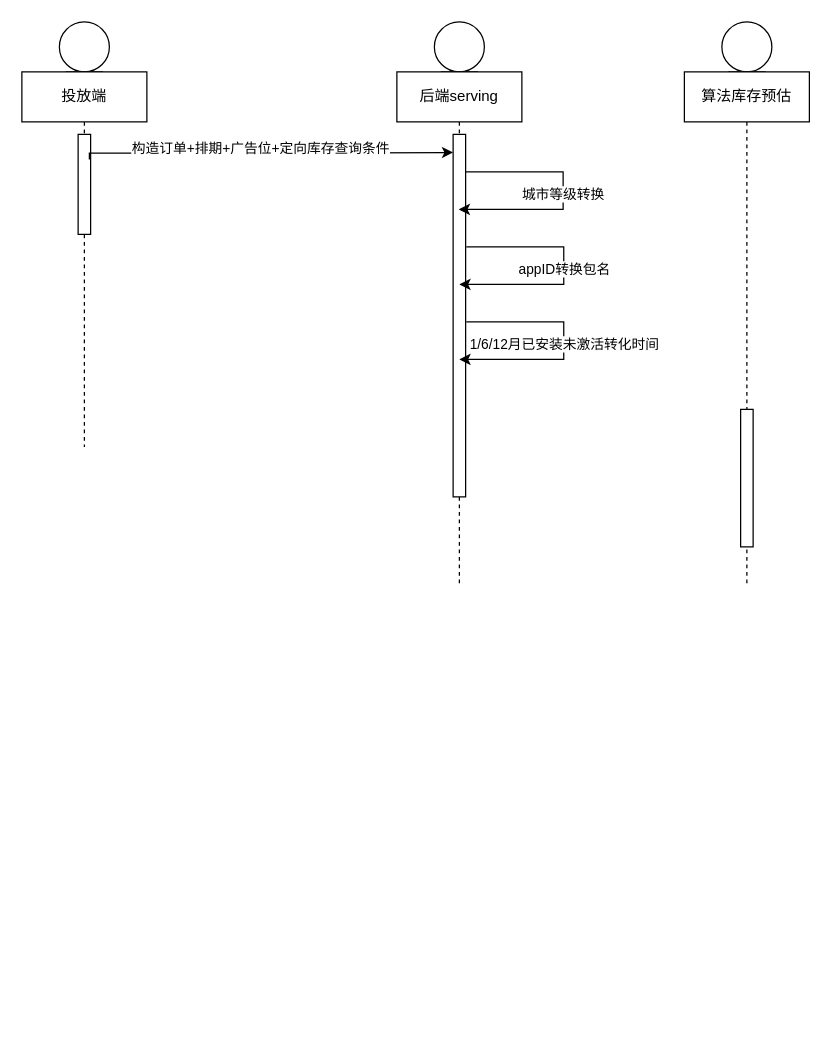
This is brand-drawio/库存预估与锁量.drawio from karlchan-cn/drawio-repository, a draw.io file, before an edit. Source tidied: cells renumbered, new cells numbered last; positions are measured from the earlier drawing's top-left corner, leaving out a move shared by most shapes. Both pictures are drawn from the tidied source at 125%, with x=0, y=0 at pixel (21, 21).
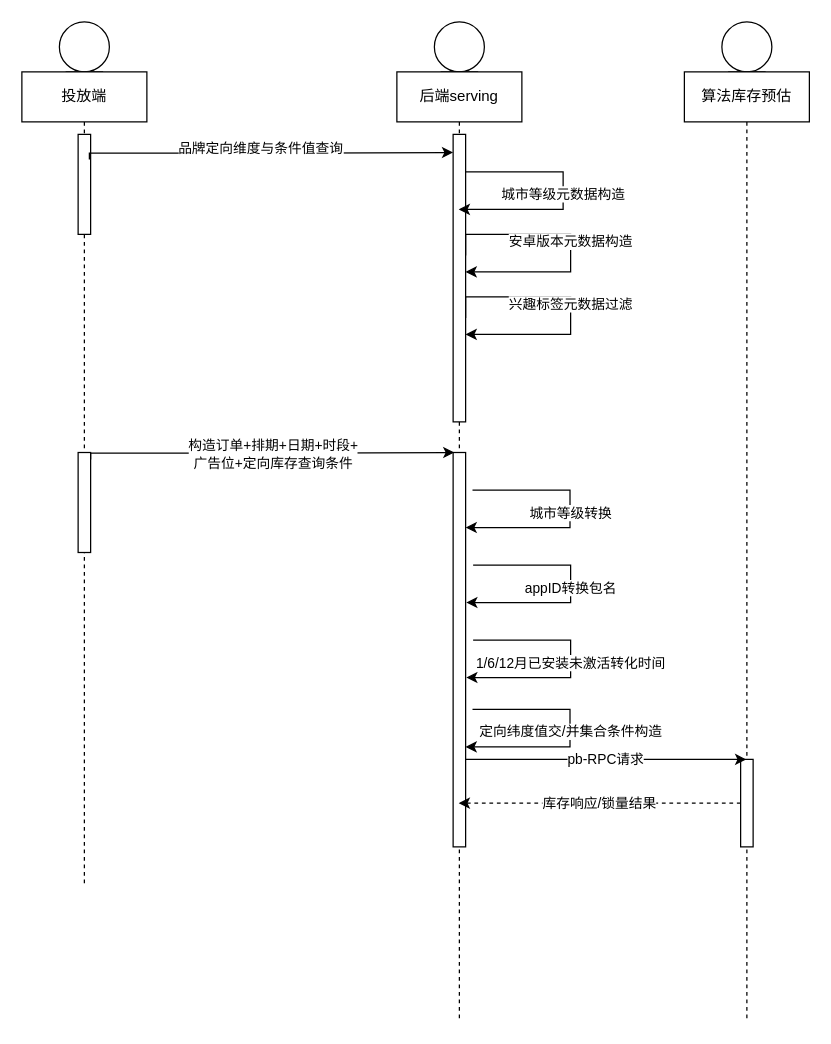
Above is the later version.

Commit message (it also covers changes not shown here):
Update 库存预估与锁量.drawio

Unchanged cells that the change refers to:
```xml
<mxCell id="9" style="edgeStyle=orthogonalEdgeStyle;rounded=0;orthogonalLoop=1;jettySize=auto;html=1;entryX=0.1;entryY=0.05;entryDx=0;entryDy=0;entryPerimeter=0;" parent="1" edge="1">
  <mxGeometry relative="1" as="geometry">
    <mxPoint x="54" y="110" as="sourcePoint" />
    <mxPoint x="345" y="104.5" as="targetPoint" />
    <Array as="points">
      <mxPoint x="54" y="105" />
      <mxPoint x="219" y="105" />
    </Array>
  </mxGeometry>
</mxCell>
```

Change to the diagram source:
```diff
@@
     <mxCell id="3" value="后端serving" style="shape=umlLifeline;perimeter=lifelinePerimeter;whiteSpace=wrap;html=1;outlineConnect=0;" parent="1" vertex="1">
-      <mxGeometry x="300" y="40" width="100" height="410" as="geometry" />
+      <mxGeometry x="300" y="40" width="100" height="760" as="geometry" />
     </mxCell>
     <mxCell id="4" style="html=1;points=[];perimeter=orthogonalPerimeter;" parent="3" vertex="1">
-      <mxGeometry x="45" y="50" width="10" height="290" as="geometry" />
+      <mxGeometry x="45" y="50" width="10" height="230" as="geometry" />
     </mxCell>
-    <mxCell id="5" value="城市等级转换" style="edgeStyle=orthogonalEdgeStyle;rounded=0;jettySize=auto;html=1;" parent="3" edge="1" source="4" target="3">
+    <mxCell id="5" value="城市等级元数据构造" style="edgeStyle=orthogonalEdgeStyle;rounded=0;jettySize=auto;html=1;" parent="3" edge="1" source="4" target="3">
       <mxGeometry relative="1" as="geometry">
         <Array as="points">
           <mxPoint x="133" y="80" />
           <mxPoint x="133" y="110" />
         </Array>
       </mxGeometry>
     </mxCell>
@@
     <mxCell id="7" value="投放端" style="shape=umlLifeline;perimeter=lifelinePerimeter;whiteSpace=wrap;html=1;" parent="1" vertex="1">
-      <mxGeometry y="40" width="100" height="300" as="geometry" />
+      <mxGeometry y="40" width="100" height="650" as="geometry" />
     </mxCell>
@@
-    <mxCell id="10" value="构造订单+排期+广告位+定向库存查询条件" style="edgeLabel;html=1;align=center;verticalAlign=middle;" parent="9" vertex="1">
+    <mxCell id="10" value="品牌定向维度与条件值查询" style="edgeLabel;html=1;align=center;verticalAlign=middle;" parent="9" vertex="1">
       <mxGeometry x="-0.42" y="-1" relative="1" as="geometry">
         <mxPoint x="55" y="-6" as="offset" />
       </mxGeometry>
     </mxCell>
@@
     <mxCell id="12" value="算法库存预估" style="shape=umlLifeline;perimeter=lifelinePerimeter;whiteSpace=wrap;html=1;outlineConnect=0;" parent="1" vertex="1">
-      <mxGeometry x="530" y="40" width="100" height="410" as="geometry" />
+      <mxGeometry x="530" y="40" width="100" height="760" as="geometry" />
     </mxCell>
     <mxCell id="13" style="html=1;points=[];perimeter=orthogonalPerimeter;" parent="12" vertex="1">
-      <mxGeometry x="45" y="270" width="10" height="110" as="geometry" />
+      <mxGeometry x="45" y="550" width="10" height="70" as="geometry" />
     </mxCell>
+    <mxCell id="16" value="pb-RPC请求" style="edgeStyle=orthogonalEdgeStyle;rounded=0;jettySize=auto;html=1;" parent="1" edge="1" source="17" target="12">
+      <mxGeometry relative="1" as="geometry">
+        <Array as="points">
+          <mxPoint x="400" y="590" />
+          <mxPoint x="400" y="590" />
+        </Array>
+      </mxGeometry>
+    </mxCell>
+    <mxCell id="17" style="html=1;points=[];perimeter=orthogonalPerimeter;" parent="1" vertex="1">
+      <mxGeometry x="345" y="344.5" width="10" height="315.5" as="geometry" />
+    </mxCell>
+    <mxCell id="18" value="城市等级转换" style="edgeStyle=orthogonalEdgeStyle;rounded=0;orthogonalLoop=1;jettySize=auto;html=1;" parent="1" edge="1">
+      <mxGeometry relative="1" as="geometry">
+        <mxPoint x="360.5" y="374.5" as="sourcePoint" />
+        <mxPoint x="355" y="404.5" as="targetPoint" />
+        <Array as="points">
+          <mxPoint x="438.5" y="374.5" />
+          <mxPoint x="438.5" y="404.5" />
+        </Array>
+      </mxGeometry>
+    </mxCell>
+    <mxCell id="15" value="1/6/12月已安装未激活转化时间" style="edgeStyle=orthogonalEdgeStyle;rounded=0;orthogonalLoop=1;jettySize=auto;html=1;" parent="1" edge="1">
+      <mxGeometry relative="1" as="geometry">
+        <mxPoint x="361" y="494.5" as="sourcePoint" />
+        <mxPoint x="355.5" y="524.5" as="targetPoint" />
+        <Array as="points">
+          <mxPoint x="439" y="494.5" />
+          <mxPoint x="439" y="524.5" />
+        </Array>
+      </mxGeometry>
+    </mxCell>
     <mxCell id="14" value="appID转换包名" style="edgeStyle=orthogonalEdgeStyle;rounded=0;orthogonalLoop=1;jettySize=auto;html=1;" parent="1" edge="1">
       <mxGeometry relative="1" as="geometry">
-        <mxPoint x="355.5" y="180" as="sourcePoint" />
-        <mxPoint x="350" y="210" as="targetPoint" />
+        <mxPoint x="361" y="434.5" as="sourcePoint" />
+        <mxPoint x="355.5" y="464.5" as="targetPoint" />
         <Array as="points">
-          <mxPoint x="433.5" y="180" />
-          <mxPoint x="433.5" y="210" />
+          <mxPoint x="439" y="434.5" />
+          <mxPoint x="439" y="464.5" />
         </Array>
       </mxGeometry>
     </mxCell>
-    <mxCell id="15" value="1/6/12月已安装未激活转化时间" style="edgeStyle=orthogonalEdgeStyle;rounded=0;orthogonalLoop=1;jettySize=auto;html=1;" parent="1" edge="1">
-      <mxGeometry relative="1" as="geometry">
-        <mxPoint x="355.5" y="240" as="sourcePoint" />
-        <mxPoint x="350" y="270" as="targetPoint" />
-        <Array as="points">
-          <mxPoint x="433.5" y="240" />
-          <mxPoint x="433.5" y="270" />
-        </Array>
-      </mxGeometry>
-    </mxCell>
+    <mxCell id="19" style="html=1;perimeter=orthogonalPerimeter;" parent="1" vertex="1">
+      <mxGeometry x="45" y="344.5" width="10" height="80" as="geometry" />
+    </mxCell>
+    <mxCell id="20" style="edgeStyle=orthogonalEdgeStyle;rounded=0;orthogonalLoop=1;jettySize=auto;html=1;entryX=0.1;entryY=0.05;entryDx=0;entryDy=0;entryPerimeter=0;" parent="1" edge="1">
+      <mxGeometry relative="1" as="geometry">
+        <mxPoint x="55" y="350" as="sourcePoint" />
+        <mxPoint x="346" y="344.5" as="targetPoint" />
+        <Array as="points">
+          <mxPoint x="55" y="345" />
+          <mxPoint x="220" y="345" />
+        </Array>
+      </mxGeometry>
+    </mxCell>
+    <mxCell id="21" value="构造订单+排期+日期+时段+&lt;br&gt;广告位+定向库存查询条件" style="edgeLabel;html=1;align=center;verticalAlign=middle;" parent="20" vertex="1">
+      <mxGeometry x="-0.42" y="-1" relative="1" as="geometry">
+        <mxPoint x="64" y="-1" as="offset" />
+      </mxGeometry>
+    </mxCell>
+    <mxCell id="22" value="安卓版本元数据构造" style="edgeStyle=orthogonalEdgeStyle;rounded=0;jettySize=auto;html=1;exitX=1;exitY=0.421;exitDx=0;exitDy=0;exitPerimeter=0;" parent="1" edge="1" source="4">
+      <mxGeometry relative="1" as="geometry">
+        <mxPoint x="355" y="200" as="targetPoint" />
+        <Array as="points">
+          <mxPoint x="439" y="170" />
+          <mxPoint x="439" y="200" />
+        </Array>
+      </mxGeometry>
+    </mxCell>
+    <mxCell id="23" value="兴趣标签元数据过滤" style="edgeStyle=orthogonalEdgeStyle;rounded=0;orthogonalLoop=1;jettySize=auto;html=1;exitX=1;exitY=0.421;exitDx=0;exitDy=0;exitPerimeter=0;" parent="1" edge="1">
+      <mxGeometry relative="1" as="geometry">
+        <mxPoint x="355" y="236.8" as="sourcePoint" />
+        <mxPoint x="355" y="250" as="targetPoint" />
+        <Array as="points">
+          <mxPoint x="439" y="220" />
+          <mxPoint x="439" y="250" />
+        </Array>
+      </mxGeometry>
+    </mxCell>
+    <mxCell id="24" value="定向纬度值交/并集合条件构造" style="edgeStyle=orthogonalEdgeStyle;rounded=0;orthogonalLoop=1;jettySize=auto;html=1;" parent="1" edge="1">
+      <mxGeometry relative="1" as="geometry">
+        <mxPoint x="360.5" y="550" as="sourcePoint" />
+        <mxPoint x="355" y="580" as="targetPoint" />
+        <Array as="points">
+          <mxPoint x="438.5" y="550" />
+          <mxPoint x="438.5" y="580" />
+        </Array>
+      </mxGeometry>
+    </mxCell>
+    <mxCell id="25" value="库存响应/锁量结果" style="edgeStyle=orthogonalEdgeStyle;rounded=0;jettySize=auto;html=1;dashed=1;" parent="1" edge="1" source="13" target="3">
+      <mxGeometry relative="1" as="geometry">
+        <Array as="points">
+          <mxPoint x="420" y="625" />
+          <mxPoint x="420" y="625" />
+        </Array>
+      </mxGeometry>
+    </mxCell>
```
